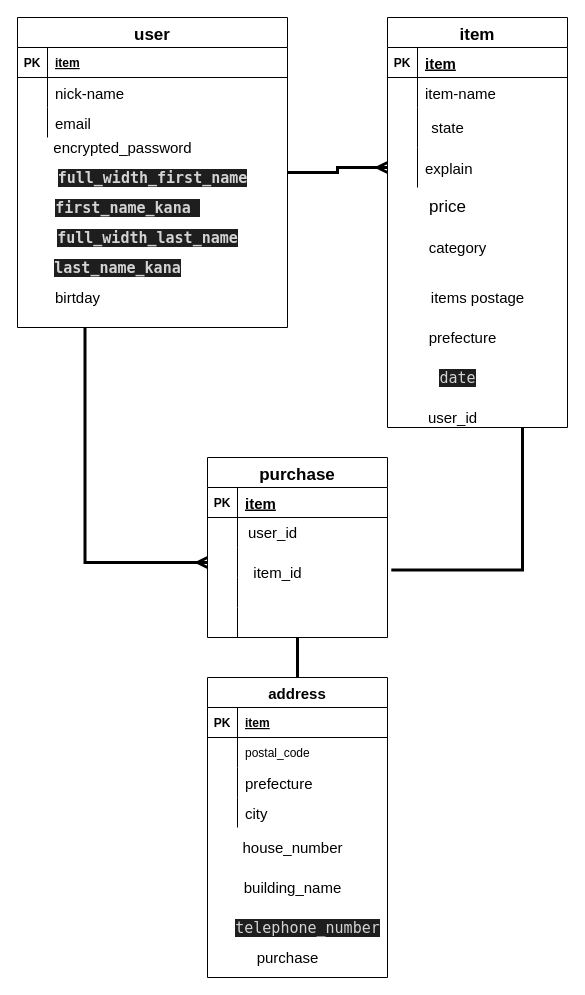
The draw.io diagram furima.dio in komagenn/furima-36744, before the edit. Source tidied: cells renumbered, new cells numbered last; positions are measured from the earlier drawing's top-left corner, leaving out a move shared by most shapes. Both pictures are drawn from the tidied source at 100%, with x=0, y=0 at pixel (17, 17).
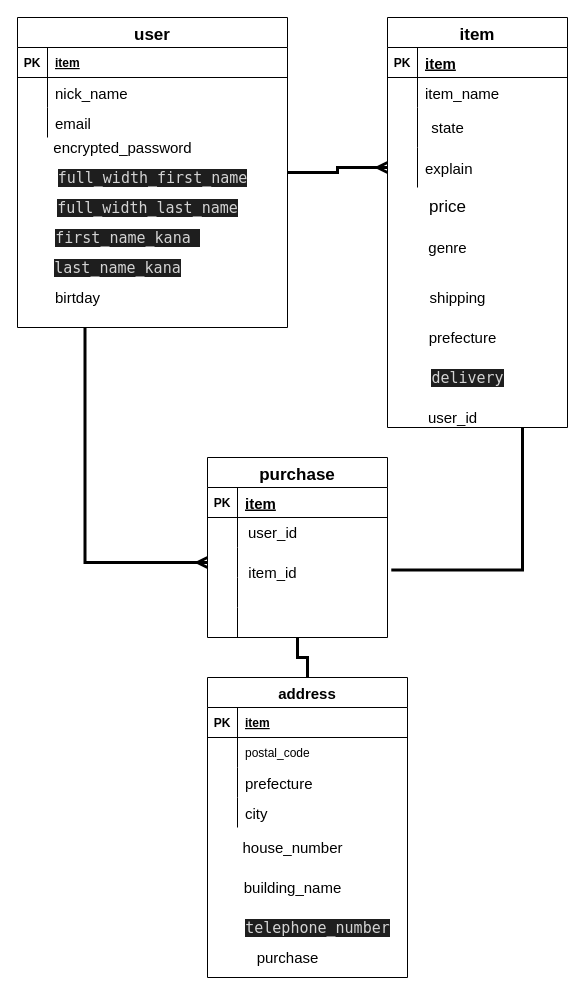
After the change.

Commit message (it also covers changes not shown here):
ER図・DB設計修正

The change refers to these unchanged cells:
```xml
<mxCell id="8" style="shape=partialRectangle;fillColor=none;top=0;left=0;bottom=0;right=0;" parent="4" vertex="1">
  <mxGeometry y="60" width="270" height="30" as="geometry" />
</mxCell>
<mxCell id="23" style="shape=partialRectangle;fillColor=none;top=0;left=0;bottom=0;right=0;" parent="19" vertex="1">
  <mxGeometry y="60" width="180" height="30" as="geometry" />
</mxCell>
```

Diff of the diagram source:
```diff
@@
-    <mxCell id="10" value="nick-name" style="shape=partialRectangle;fillColor=none;top=0;left=0;bottom=0;right=0;align=left;spacingLeft=6;overflow=hidden;fontSize=15;" parent="8" vertex="1">
+    <mxCell id="10" value="nick_name" style="shape=partialRectangle;fillColor=none;top=0;left=0;bottom=0;right=0;align=left;spacingLeft=6;overflow=hidden;fontSize=15;" parent="8" vertex="1">
       <mxGeometry x="30" width="240" height="30" as="geometry" />
     </mxCell>
@@
-    <mxCell id="15" value="&lt;div style=&quot;color: rgb(212 , 212 , 212) ; background-color: rgb(30 , 30 , 30) ; font-family: &amp;#34;menlo&amp;#34; , &amp;#34;monaco&amp;#34; , &amp;#34;courier new&amp;#34; , monospace ; font-size: 15px ; line-height: 18px&quot;&gt;&lt;div style=&quot;font-size: 15px&quot;&gt;&lt;span style=&quot;color: rgb(212 , 212 , 212) ; font-size: 15px&quot;&gt;last_name_kana&lt;/span&gt;&lt;/div&gt;&lt;/div&gt;" style="text;html=1;align=center;verticalAlign=middle;strokeColor=none;fontSize=15;fontStyle=1;" parent="1" vertex="1">
+    <mxCell id="15" value="&lt;div style=&quot;color: rgb(212 , 212 , 212) ; background-color: rgb(30 , 30 , 30) ; font-family: &amp;quot;menlo&amp;quot; , &amp;quot;monaco&amp;quot; , &amp;quot;courier new&amp;quot; , monospace ; font-size: 15px ; line-height: 18px&quot;&gt;&lt;div style=&quot;font-size: 15px&quot;&gt;&lt;span style=&quot;color: rgb(212 , 212 , 212) ; font-size: 15px&quot;&gt;last_name_kana&lt;/span&gt;&lt;/div&gt;&lt;/div&gt;" style="text;html=1;align=center;verticalAlign=middle;strokeColor=none;fontSize=15;fontStyle=0;" parent="1" vertex="1">
       <mxGeometry x="30" y="240" width="140" height="20" as="geometry" />
     </mxCell>
-    <mxCell id="16" value="birtday" style="text;html=1;align=center;verticalAlign=middle;strokeColor=none;fontSize=15;" parent="1" vertex="1">
+    <mxCell id="16" value="birtday" style="text;html=1;align=center;verticalAlign=middle;strokeColor=none;fontSize=15;fontStyle=0;" parent="1" vertex="1">
       <mxGeometry x="30" y="270" width="60" height="20" as="geometry" />
     </mxCell>
-    <mxCell id="17" value="&lt;div style=&quot;color: rgb(212 , 212 , 212) ; background-color: rgb(30 , 30 , 30) ; font-family: &amp;#34;menlo&amp;#34; , &amp;#34;monaco&amp;#34; , &amp;#34;courier new&amp;#34; , monospace ; font-size: 15px ; line-height: 18px&quot;&gt;first_name_kana&amp;nbsp;&lt;/div&gt;" style="text;html=1;align=center;verticalAlign=middle;strokeColor=none;fontSize=15;fontStyle=1;" parent="1" vertex="1">
-      <mxGeometry x="30" y="180" width="160" height="20" as="geometry" />
+    <mxCell id="17" value="&lt;div style=&quot;color: rgb(212 , 212 , 212) ; background-color: rgb(30 , 30 , 30) ; font-family: &amp;quot;menlo&amp;quot; , &amp;quot;monaco&amp;quot; , &amp;quot;courier new&amp;quot; , monospace ; font-size: 15px ; line-height: 18px&quot;&gt;first_name_kana&amp;nbsp;&lt;/div&gt;" style="text;html=1;align=center;verticalAlign=middle;strokeColor=none;fontSize=15;fontStyle=0;" parent="1" vertex="1">
+      <mxGeometry x="30" y="210" width="160" height="20" as="geometry" />
     </mxCell>
@@
-    <mxCell id="25" value="item-name" style="shape=partialRectangle;fillColor=none;top=0;left=0;bottom=0;right=0;align=left;spacingLeft=6;overflow=hidden;fontSize=15;" parent="23" vertex="1">
+    <mxCell id="25" value="item_name" style="shape=partialRectangle;fillColor=none;top=0;left=0;bottom=0;right=0;align=left;spacingLeft=6;overflow=hidden;fontSize=15;" parent="23" vertex="1">
       <mxGeometry x="30" width="150" height="30" as="geometry" />
     </mxCell>
@@
-    <mxCell id="33" value="category" style="text;html=1;align=center;verticalAlign=middle;strokeColor=none;fontSize=15;" parent="1" vertex="1">
-      <mxGeometry x="405" y="220" width="70" height="20" as="geometry" />
+    <mxCell id="33" value="genre" style="text;html=1;align=center;verticalAlign=middle;strokeColor=none;fontSize=15;" parent="1" vertex="1">
+      <mxGeometry x="405" y="220" width="50" height="20" as="geometry" />
     </mxCell>
@@
     <mxCell id="54" value="item_id" style="text;html=1;align=center;verticalAlign=middle;strokeColor=none;fontSize=15;" parent="1" vertex="1">
-      <mxGeometry x="230" y="545" width="60" height="20" as="geometry" />
+      <mxGeometry x="225" y="545" width="60" height="20" as="geometry" />
     </mxCell>
     <mxCell id="55" value="address" style="shape=table;startSize=30;childLayout=tableLayout;rowLines=0;fontStyle=1;align=center;fontSize=15;" parent="1" vertex="1">
-      <mxGeometry x="190" y="660" width="180" height="300" as="geometry" />
+      <mxGeometry x="190" y="660" width="200" height="300" as="geometry" />
     </mxCell>
     <mxCell id="56" style="shape=partialRectangle;fillColor=none;top=0;left=0;bottom=1;right=0;" parent="55" vertex="1">
-      <mxGeometry y="30" width="180" height="30" as="geometry" />
+      <mxGeometry y="30" width="200" height="30" as="geometry" />
     </mxCell>
@@
     <mxCell id="58" value="item" style="shape=partialRectangle;fillColor=none;top=0;left=0;bottom=0;right=0;align=left;spacingLeft=6;fontStyle=5;overflow=hidden;" parent="56" vertex="1">
-      <mxGeometry x="30" width="150" height="30" as="geometry" />
+      <mxGeometry x="30" width="170" height="30" as="geometry" />
     </mxCell>
     <mxCell id="59" style="shape=partialRectangle;fillColor=none;top=0;left=0;bottom=0;right=0;" parent="55" vertex="1">
-      <mxGeometry y="60" width="180" height="30" as="geometry" />
+      <mxGeometry y="60" width="200" height="30" as="geometry" />
     </mxCell>
@@
     <mxCell id="61" value="postal_code" style="shape=partialRectangle;fillColor=none;top=0;left=0;bottom=0;right=0;align=left;spacingLeft=6;overflow=hidden;" parent="59" vertex="1">
-      <mxGeometry x="30" width="150" height="30" as="geometry" />
+      <mxGeometry x="30" width="170" height="30" as="geometry" />
     </mxCell>
     <mxCell id="62" style="shape=partialRectangle;fillColor=none;top=0;left=0;bottom=0;right=0;" parent="55" vertex="1">
-      <mxGeometry y="90" width="180" height="30" as="geometry" />
+      <mxGeometry y="90" width="200" height="30" as="geometry" />
     </mxCell>
@@
     <mxCell id="64" value="prefecture" style="shape=partialRectangle;fillColor=none;top=0;left=0;bottom=0;right=0;align=left;spacingLeft=6;overflow=hidden;fontSize=15;" parent="62" vertex="1">
-      <mxGeometry x="30" width="150" height="30" as="geometry" />
+      <mxGeometry x="30" width="170" height="30" as="geometry" />
     </mxCell>
     <mxCell id="65" style="shape=partialRectangle;fillColor=none;top=0;left=0;bottom=0;right=0;" parent="55" vertex="1">
-      <mxGeometry y="120" width="180" height="30" as="geometry" />
+      <mxGeometry y="120" width="200" height="30" as="geometry" />
     </mxCell>
@@
     <mxCell id="67" value="city" style="shape=partialRectangle;fillColor=none;top=0;left=0;bottom=0;right=0;align=left;spacingLeft=6;overflow=hidden;fontSize=15;" parent="65" vertex="1">
-      <mxGeometry x="30" width="150" height="30" as="geometry" />
+      <mxGeometry x="30" width="170" height="30" as="geometry" />
     </mxCell>
@@
-    <mxCell id="71" value="&lt;div style=&quot;color: rgb(212, 212, 212); background-color: rgb(30, 30, 30); font-family: menlo, monaco, &amp;quot;courier new&amp;quot;, monospace; line-height: 18px; font-size: 15px;&quot;&gt;full_width_first_name &lt;/div&gt;" style="text;html=1;align=center;verticalAlign=middle;strokeColor=none;fontSize=15;fontStyle=1;" parent="1" vertex="1">
+    <mxCell id="71" value="&lt;div style=&quot;color: rgb(212, 212, 212); background-color: rgb(30, 30, 30); font-family: menlo, monaco, &amp;quot;courier new&amp;quot;, monospace; line-height: 18px; font-size: 15px;&quot;&gt;full_width_first_name &lt;/div&gt;" style="text;html=1;align=center;verticalAlign=middle;strokeColor=none;fontSize=15;fontStyle=0;strokeWidth=1;" parent="1" vertex="1">
       <mxGeometry x="30" y="150" width="210" height="20" as="geometry" />
     </mxCell>
-    <mxCell id="72" value="&lt;div style=&quot;color: rgb(212, 212, 212); background-color: rgb(30, 30, 30); font-family: menlo, monaco, &amp;quot;courier new&amp;quot;, monospace; line-height: 18px; font-size: 15px;&quot;&gt;full_width_last_name&lt;/div&gt;" style="text;html=1;align=center;verticalAlign=middle;strokeColor=none;fontSize=15;fontStyle=1;" parent="1" vertex="1">
-      <mxGeometry x="30" y="210" width="200" height="20" as="geometry" />
+    <mxCell id="72" value="&lt;div style=&quot;color: rgb(212, 212, 212); background-color: rgb(30, 30, 30); font-family: menlo, monaco, &amp;quot;courier new&amp;quot;, monospace; line-height: 18px; font-size: 15px;&quot;&gt;full_width_last_name&lt;/div&gt;" style="text;html=1;align=center;verticalAlign=middle;strokeColor=none;fontSize=15;fontStyle=0;" parent="1" vertex="1">
+      <mxGeometry x="30" y="180" width="200" height="20" as="geometry" />
     </mxCell>
@@
-    <mxCell id="74" value="items postage" style="text;html=1;align=center;verticalAlign=middle;strokeColor=none;fontSize=15;" parent="1" vertex="1">
-      <mxGeometry x="405" y="270" width="110" height="20" as="geometry" />
+    <mxCell id="74" value="shipping" style="text;html=1;align=center;verticalAlign=middle;strokeColor=none;fontSize=15;" parent="1" vertex="1">
+      <mxGeometry x="405" y="270" width="70" height="20" as="geometry" />
     </mxCell>
@@
-    <mxCell id="76" value="&lt;div style=&quot;color: rgb(212 , 212 , 212) ; background-color: rgb(30 , 30 , 30) ; font-family: &amp;#34;menlo&amp;#34; , &amp;#34;monaco&amp;#34; , &amp;#34;courier new&amp;#34; , monospace ; font-size: 15px ; line-height: 18px&quot;&gt;date&lt;/div&gt;" style="text;html=1;align=center;verticalAlign=middle;strokeColor=none;fontSize=15;" parent="1" vertex="1">
-      <mxGeometry x="415" y="350" width="50" height="20" as="geometry" />
+    <mxCell id="76" value="&lt;div style=&quot;color: rgb(212 , 212 , 212) ; background-color: rgb(30 , 30 , 30) ; font-family: &amp;#34;menlo&amp;#34; , &amp;#34;monaco&amp;#34; , &amp;#34;courier new&amp;#34; , monospace ; font-size: 15px ; line-height: 18px&quot;&gt;delivery&lt;/div&gt;" style="text;html=1;align=center;verticalAlign=middle;strokeColor=none;fontSize=15;rotation=0;" parent="1" vertex="1">
+      <mxGeometry x="405" y="350" width="90" height="20" as="geometry" />
     </mxCell>
     <mxCell id="77" value="&lt;div style=&quot;color: rgb(212 , 212 , 212) ; background-color: rgb(30 , 30 , 30) ; font-family: &amp;#34;menlo&amp;#34; , &amp;#34;monaco&amp;#34; , &amp;#34;courier new&amp;#34; , monospace ; font-size: 15px ; line-height: 18px&quot;&gt;telephone_number&lt;/div&gt;" style="text;html=1;align=center;verticalAlign=middle;strokeColor=none;fontSize=15;" parent="1" vertex="1">
-      <mxGeometry x="210" y="900" width="160" height="20" as="geometry" />
+      <mxGeometry x="220" y="900" width="160" height="20" as="geometry" />
     </mxCell>
```
